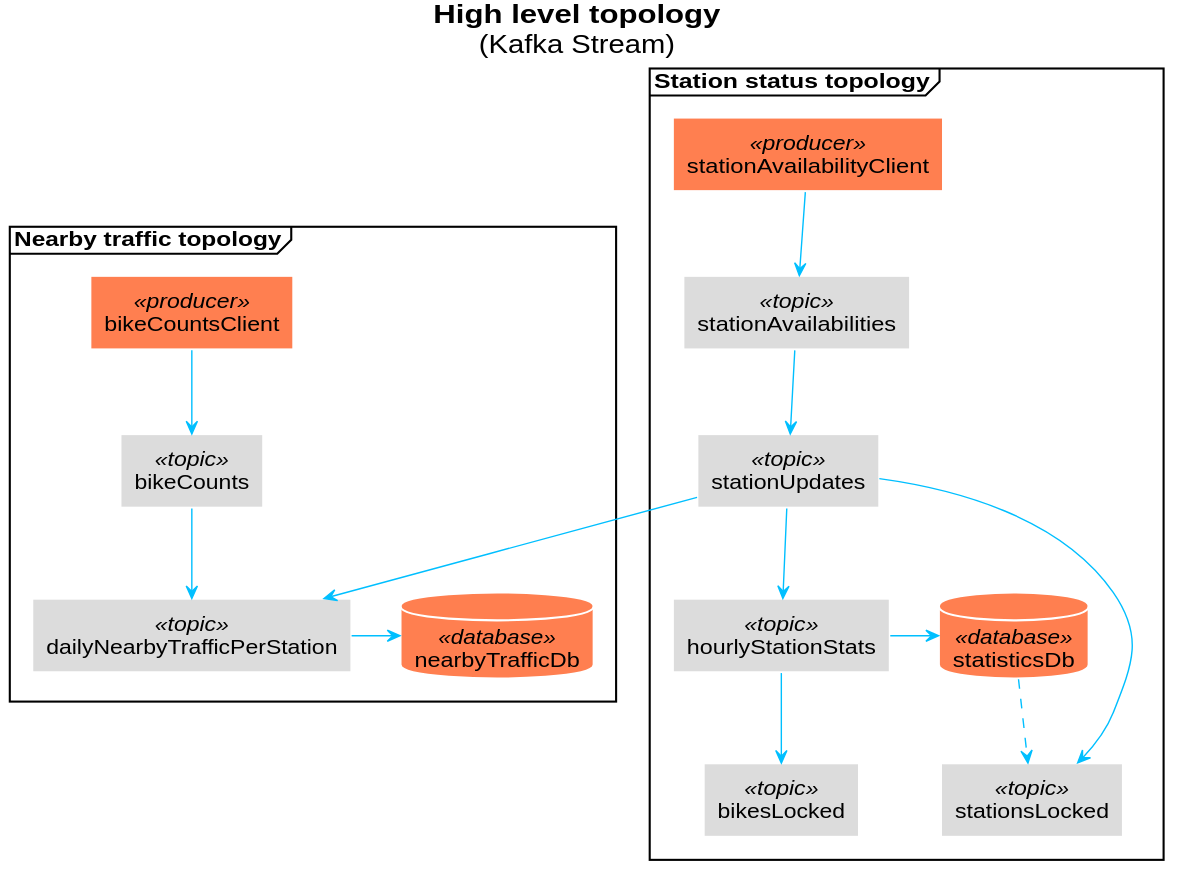
The PlantUML diagram docs/plantuml/high_level_topology.svg in ouvreboite/velinfo_kafka_prototype, before a commit.
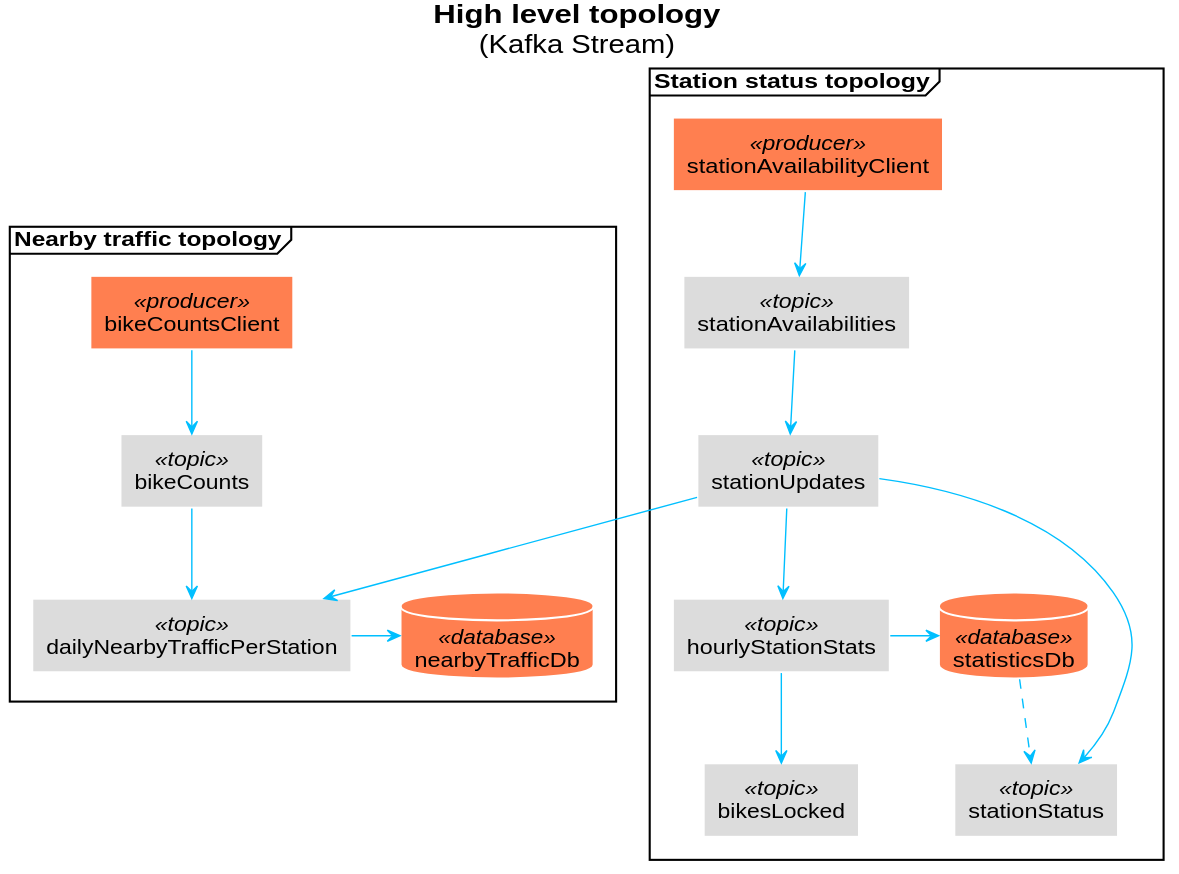
After the change.

Change to the diagram source:
```diff
@@ -10,7 +10,7 @@
    rectangle stationAvailabilities <<topic>>
    rectangle stationUpdates <<topic>>
    rectangle hourlyStationStats<<topic>>
-   rectangle stationsLocked <<topic>>
+   rectangle stationStatus <<topic>>
    rectangle bikesLocked <<topic>>
    database statisticsDb<<database>>
 }
@@ -20,8 +20,8 @@
 stationUpdates --> hourlyStationStats
 hourlyStationStats--> bikesLocked
 hourlyStationStats-> statisticsDb
-stationUpdates --> stationsLocked
-statisticsDb ..> stationsLocked
+stationUpdates --> stationStatus
+statisticsDb ..> stationStatus
 
 frame "Nearby traffic topology"{
    rectangle bikeCountsClient <<producer>>
```
